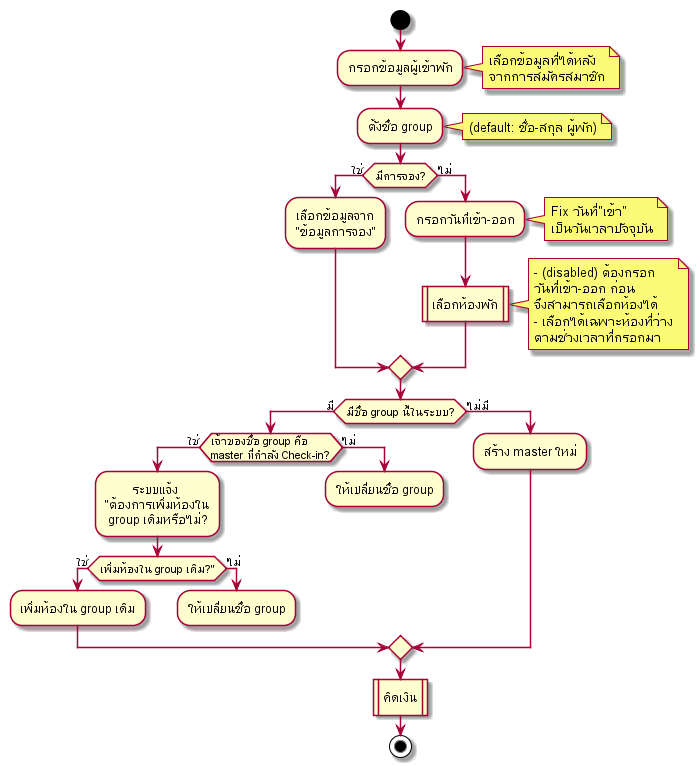
Earlier version of the PlantUML export out/activity-diagram/Check-in/Check-in/Check-in.png (cheat13/Prompiman_Diagram). The source it was exported from:
```plantuml
@startuml
start

:กรอกข้อมูลผู้เข้าพัก;
note right
    เลือกข้อมูลที่ได้หลัง
    จากการสมัครสมาชิก
endnote

:ตั้งชื่อ group;
note right: (default: ชื่อ-สกุล ผู้พัก)

if (มีการจอง?) then (ใช่)
    :เลือกข้อมูลจาก\n"ข้อมูลการจอง";
else (ไม่)
    :กรอกวันที่เข้า-ออก;
    note right
        Fix วันที่"เข้า"
        เป็นวันเวลาปัจจุบัน
    endnote

    :เลือกห้องพัก|
    note right
        - (disabled) ต้องกรอก
        วันที่เข้า-ออก ก่อน
        จึงสามารถเลือกห้องได้
        - เลือกได้เฉพาะห้องที่ว่าง
        ตามช่วงเวลาที่กรอกมา
    endnote

endif

if (มีชื่อ group นี้ในระบบ?) then (มี)
    if (เจ้าของชื่อ group คือ\nmaster ที่กำลัง Check-in?) then (ใช่)
        :         ระบบแจ้ง\n"ต้องการเพิ่มห้องใน\n group เดิมหรือไม่?;
        if (เพิ่มห้องใน group เดิม?") then (ใช่)
        :เพิ่มห้องใน group เดิม;
        else (ไม่)
            :ให้เปลี่ยนชื่อ group;
            detach
        endif
    else (ไม่)
        :ให้เปลี่ยนชื่อ group;
        detach
    endif
else (ไม่มี)
    :สร้าง master ใหม่;
endif

:คิดเงิน|

stop
@enduml
```
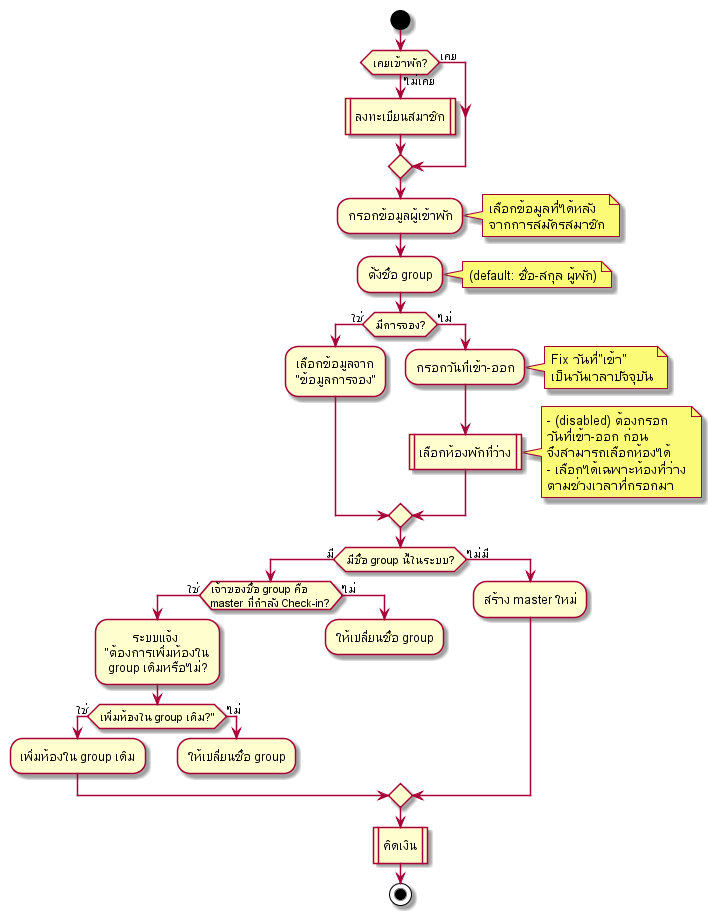
The same diagram one commit later.

Commit message:
implement Check-in & Register

Change to the diagram source:
```diff
@@ -1,5 +1,11 @@
 @startuml
 start
+
+if (เคยเข้าพัก?) then (เคย)
+
+else (ไม่เคย)
+    :ลงทะเบียนสมาชิก|
+endif
 
 :กรอกข้อมูลผู้เข้าพัก;
 note right
@@ -19,7 +25,7 @@
         เป็นวันเวลาปัจจุบัน
     endnote
 
-    :เลือกห้องพัก|
+    :เลือกห้องพักที่ว่าง|
     note right
         - (disabled) ต้องกรอก
         วันที่เข้า-ออก ก่อน
```
